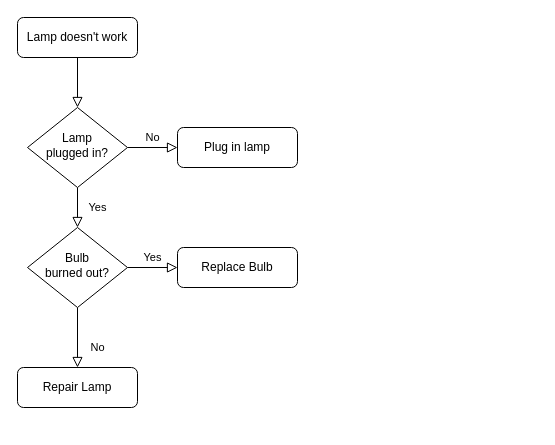
The draw.io diagram Computing Logic 1st.drawio in Ahoki001/hello-world, before the edit. Source tidied: cells renumbered, new cells numbered last; positions are measured from the earlier drawing's top-left corner, leaving out a move shared by most shapes. Both pictures are drawn from the tidied source at 100%, with x=0, y=0 at pixel (17, 17).
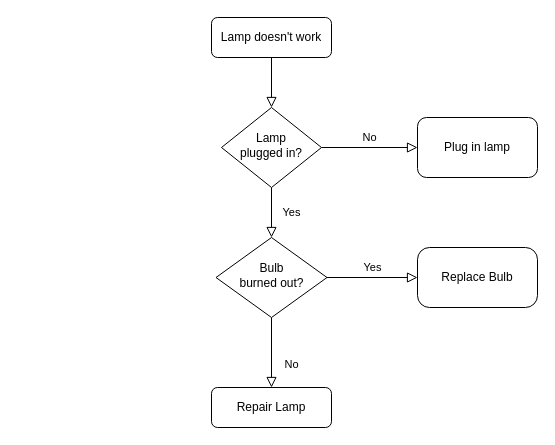
The same page after the edit.

What changed in the source:
```diff
@@
 <mxGraphModel>
   <root>
     <mxCell id="0" />
     <mxCell id="1" parent="0" />
     <mxCell id="2" style="rounded=0;html=1;jettySize=auto;fontSize=11;endArrow=block;endFill=0;endSize=8;strokeWidth=1;shadow=0;labelBackgroundColor=none;edgeStyle=orthogonalEdgeStyle;" parent="1" edge="1" source="3" target="6">
       <mxGeometry relative="1" as="geometry" />
     </mxCell>
     <mxCell id="3" value="Lamp doesn't work" style="rounded=1;whiteSpace=wrap;html=1;fontSize=12;glass=0;strokeWidth=1;shadow=0;" parent="1" vertex="1">
-      <mxGeometry width="120" height="40" as="geometry" />
+      <mxGeometry x="194" width="120" height="40" as="geometry" />
     </mxCell>
     <mxCell id="4" value="Yes" style="rounded=0;html=1;jettySize=auto;fontSize=11;endArrow=block;endFill=0;endSize=8;strokeWidth=1;shadow=0;labelBackgroundColor=none;edgeStyle=orthogonalEdgeStyle;" parent="1" edge="1" source="6" target="10">
       <mxGeometry y="20" relative="1" as="geometry" />
     </mxCell>
     <mxCell id="5" value="No" style="edgeStyle=orthogonalEdgeStyle;rounded=0;html=1;jettySize=auto;fontSize=11;endArrow=block;endFill=0;endSize=8;strokeWidth=1;shadow=0;labelBackgroundColor=none;" parent="1" edge="1" source="6" target="7">
       <mxGeometry y="10" relative="1" as="geometry" />
     </mxCell>
     <mxCell id="6" value="Lamp&lt;br&gt;plugged in?" style="rhombus;whiteSpace=wrap;html=1;shadow=0;fontFamily=Helvetica;fontSize=12;align=center;strokeWidth=1;spacing=6;spacingTop=-4;" parent="1" vertex="1">
-      <mxGeometry x="10" y="90" width="100" height="80" as="geometry" />
+      <mxGeometry x="204" y="90" width="100" height="80" as="geometry" />
     </mxCell>
     <mxCell id="7" value="Plug in lamp" style="rounded=1;whiteSpace=wrap;html=1;fontSize=12;glass=0;strokeWidth=1;shadow=0;" parent="1" vertex="1">
-      <mxGeometry x="160" y="110" width="120" height="40" as="geometry" />
+      <mxGeometry x="400" y="100" width="120" height="60" as="geometry" />
     </mxCell>
     <mxCell id="8" value="No" style="rounded=0;html=1;jettySize=auto;fontSize=11;endArrow=block;endFill=0;endSize=8;strokeWidth=1;shadow=0;labelBackgroundColor=none;edgeStyle=orthogonalEdgeStyle;" parent="1" edge="1" source="10" target="11">
       <mxGeometry x="0.33" y="20" relative="1" as="geometry" />
     </mxCell>
     <mxCell id="9" value="Yes" style="edgeStyle=orthogonalEdgeStyle;rounded=0;html=1;jettySize=auto;fontSize=11;endArrow=block;endFill=0;endSize=8;strokeWidth=1;shadow=0;labelBackgroundColor=none;" parent="1" edge="1" source="10" target="12">
       <mxGeometry y="10" relative="1" as="geometry" />
     </mxCell>
     <mxCell id="10" value="Bulb&lt;br&gt;burned out?" style="rhombus;whiteSpace=wrap;html=1;shadow=0;fontFamily=Helvetica;fontSize=12;align=center;strokeWidth=1;spacing=6;spacingTop=-4;" parent="1" vertex="1">
-      <mxGeometry x="10" y="210" width="100" height="80" as="geometry" />
+      <mxGeometry x="198.5" y="220" width="111" height="80" as="geometry" />
     </mxCell>
     <mxCell id="11" value="Repair Lamp" style="rounded=1;whiteSpace=wrap;html=1;fontSize=12;glass=0;strokeWidth=1;shadow=0;" parent="1" vertex="1">
-      <mxGeometry y="350" width="120" height="40" as="geometry" />
+      <mxGeometry x="194" y="370" width="120" height="40" as="geometry" />
     </mxCell>
-    <mxCell id="12" value="Replace Bulb" style="rounded=1;whiteSpace=wrap;html=1;fontSize=12;glass=0;strokeWidth=1;shadow=0;" parent="1" vertex="1">
-      <mxGeometry x="160" y="230" width="120" height="40" as="geometry" />
+    <mxCell id="12" value="Replace Bulb" style="rounded=1;whiteSpace=wrap;html=1;fontSize=12;glass=0;strokeWidth=1;shadow=0;arcSize=20;" parent="1" vertex="1">
+      <mxGeometry x="400" y="230" width="120" height="60" as="geometry" />
     </mxCell>
   </root>
 </mxGraphModel>
```
